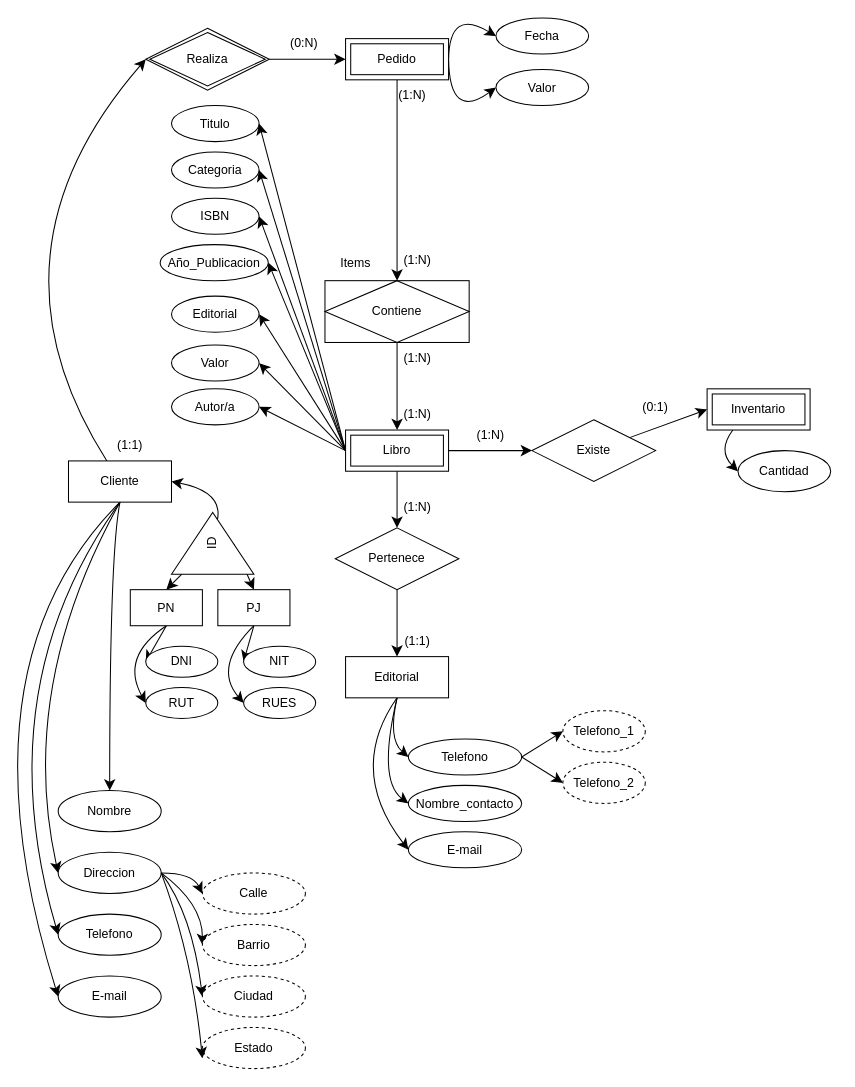
Earlier version of the draw.io diagram Entidad-Relacion.drawio (LejImkoaj/modelado-bases-de-datos). Source tidied: cells renumbered, new cells numbered last; positions are measured from the earlier drawing's top-left corner, leaving out a move shared by most shapes. Both pictures are drawn from the tidied source at 103%, with x=0, y=0 at pixel (-45, 7).
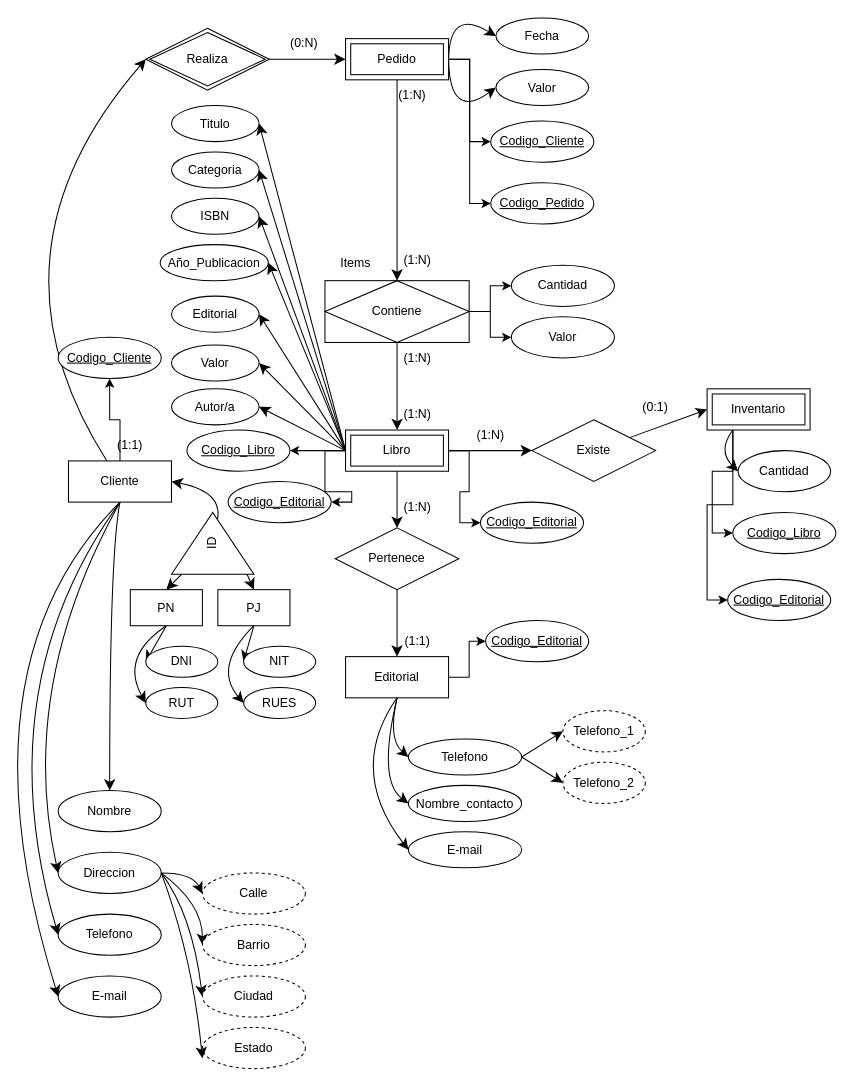
The same page after the edit.

The change refers to these unchanged cells:
```xml
<mxCell id="7" value="Cliente" style="whiteSpace=wrap;html=1;align=center;" parent="1" vertex="1">
  <mxGeometry x="110" y="440" width="100" height="40" as="geometry" />
</mxCell>
<mxCell id="11" value="Pedido" style="shape=ext;margin=3;double=1;whiteSpace=wrap;html=1;align=center;" parent="1" vertex="1">
  <mxGeometry x="379" y="30" width="100" height="40" as="geometry" />
</mxCell>
<mxCell id="15" value="Editorial" style="whiteSpace=wrap;html=1;align=center;" parent="1" vertex="1">
  <mxGeometry x="379" y="630" width="100" height="40" as="geometry" />
</mxCell>
<mxCell id="25" value="Libro" style="shape=ext;margin=3;double=1;whiteSpace=wrap;html=1;align=center;" parent="1" vertex="1">
  <mxGeometry x="379" y="410" width="100" height="40" as="geometry" />
</mxCell>
<mxCell id="27" value="Inventario" style="shape=ext;margin=3;double=1;whiteSpace=wrap;html=1;align=center;" parent="1" vertex="1">
  <mxGeometry x="730" y="370" width="100" height="40" as="geometry" />
</mxCell>
<mxCell id="42" value="Contiene" style="shape=associativeEntity;whiteSpace=wrap;html=1;align=center;" parent="1" vertex="1">
  <mxGeometry x="359" y="265" width="140" height="60" as="geometry" />
</mxCell>
```

The edit, as a diff of the source:
```diff
@@
+    <mxCell id="91" style="edgeStyle=orthogonalEdgeStyle;rounded=0;jettySize=auto;html=1;exitX=0.5;exitY=0;exitDx=0;exitDy=0;entryX=0.5;entryY=1;entryDx=0;entryDy=0;" parent="1" edge="1" source="7" target="102">
+      <mxGeometry relative="1" as="geometry" />
+    </mxCell>
@@
+    <mxCell id="92" style="edgeStyle=orthogonalEdgeStyle;rounded=0;jettySize=auto;html=1;exitX=1;exitY=0.5;exitDx=0;exitDy=0;entryX=0;entryY=0.5;entryDx=0;entryDy=0;" parent="1" edge="1" source="11" target="104">
+      <mxGeometry relative="1" as="geometry" />
+    </mxCell>
+    <mxCell id="93" style="edgeStyle=orthogonalEdgeStyle;rounded=0;jettySize=auto;html=1;exitX=1;exitY=0.5;exitDx=0;exitDy=0;entryX=0;entryY=0.5;entryDx=0;entryDy=0;" parent="1" edge="1" source="11" target="107">
+      <mxGeometry relative="1" as="geometry" />
+    </mxCell>
@@
+    <mxCell id="94" style="edgeStyle=orthogonalEdgeStyle;rounded=0;jettySize=auto;html=1;exitX=1;exitY=0.5;exitDx=0;exitDy=0;entryX=0;entryY=0.5;entryDx=0;entryDy=0;" parent="1" edge="1" source="15" target="103">
+      <mxGeometry relative="1" as="geometry" />
+    </mxCell>
@@
+    <mxCell id="95" style="edgeStyle=orthogonalEdgeStyle;rounded=0;jettySize=auto;html=1;exitX=1;exitY=0.5;exitDx=0;exitDy=0;entryX=0;entryY=0.5;entryDx=0;entryDy=0;" parent="1" edge="1" source="25" target="105">
+      <mxGeometry relative="1" as="geometry" />
+    </mxCell>
+    <mxCell id="96" style="edgeStyle=orthogonalEdgeStyle;rounded=0;jettySize=auto;html=1;exitX=0;exitY=0.5;exitDx=0;exitDy=0;entryX=1;entryY=0.5;entryDx=0;entryDy=0;" parent="1" edge="1" source="25" target="110">
+      <mxGeometry relative="1" as="geometry" />
+    </mxCell>
+    <mxCell id="97" style="edgeStyle=orthogonalEdgeStyle;rounded=0;jettySize=auto;html=1;exitX=0;exitY=0.5;exitDx=0;exitDy=0;entryX=1;entryY=0.5;entryDx=0;entryDy=0;" parent="1" edge="1" source="25" target="111">
+      <mxGeometry relative="1" as="geometry" />
+    </mxCell>
@@
+    <mxCell id="98" style="edgeStyle=orthogonalEdgeStyle;rounded=0;jettySize=auto;html=1;exitX=0.25;exitY=1;exitDx=0;exitDy=0;entryX=0;entryY=0.5;entryDx=0;entryDy=0;" parent="1" edge="1" source="27" target="106">
+      <mxGeometry relative="1" as="geometry" />
+    </mxCell>
+    <mxCell id="99" style="edgeStyle=orthogonalEdgeStyle;rounded=0;jettySize=auto;html=1;exitX=0.25;exitY=1;exitDx=0;exitDy=0;entryX=0;entryY=0.5;entryDx=0;entryDy=0;" parent="1" edge="1" source="27" target="112">
+      <mxGeometry relative="1" as="geometry" />
+    </mxCell>
@@
+    <mxCell id="100" style="edgeStyle=orthogonalEdgeStyle;rounded=0;jettySize=auto;html=1;exitX=1;exitY=0.5;exitDx=0;exitDy=0;entryX=0;entryY=0.5;entryDx=0;entryDy=0;" parent="1" edge="1" source="42" target="108">
+      <mxGeometry relative="1" as="geometry" />
+    </mxCell>
+    <mxCell id="101" style="edgeStyle=orthogonalEdgeStyle;rounded=0;jettySize=auto;html=1;exitX=1;exitY=0.5;exitDx=0;exitDy=0;entryX=0;entryY=0.5;entryDx=0;entryDy=0;" parent="1" edge="1" source="42" target="109">
+      <mxGeometry relative="1" as="geometry" />
+    </mxCell>
@@
+    <mxCell id="102" value="Codigo_Cliente" style="ellipse;whiteSpace=wrap;html=1;align=center;fontStyle=4;" parent="1" vertex="1">
+      <mxGeometry x="100" y="320" width="100" height="40" as="geometry" />
+    </mxCell>
+    <mxCell id="103" value="Codigo_Editorial" style="ellipse;whiteSpace=wrap;html=1;align=center;fontStyle=4;" parent="1" vertex="1">
+      <mxGeometry x="515" y="595" width="100" height="40" as="geometry" />
+    </mxCell>
+    <mxCell id="104" value="Codigo_Cliente" style="ellipse;whiteSpace=wrap;html=1;align=center;fontStyle=4;" parent="1" vertex="1">
+      <mxGeometry x="520" y="110" width="100" height="40" as="geometry" />
+    </mxCell>
+    <mxCell id="105" value="Codigo_Editorial" style="ellipse;whiteSpace=wrap;html=1;align=center;fontStyle=4;" parent="1" vertex="1">
+      <mxGeometry x="510" y="480" width="100" height="40" as="geometry" />
+    </mxCell>
+    <mxCell id="106" value="Codigo_Editorial" style="ellipse;whiteSpace=wrap;html=1;align=center;fontStyle=4;" parent="1" vertex="1">
+      <mxGeometry x="750" y="555" width="100" height="40" as="geometry" />
+    </mxCell>
+    <mxCell id="107" value="Codigo_Pedido" style="ellipse;whiteSpace=wrap;html=1;align=center;fontStyle=4;" parent="1" vertex="1">
+      <mxGeometry x="520" y="170" width="100" height="40" as="geometry" />
+    </mxCell>
+    <mxCell id="108" value="Cantidad" style="ellipse;whiteSpace=wrap;html=1;align=center;" parent="1" vertex="1">
+      <mxGeometry x="540" y="250" width="100" height="40" as="geometry" />
+    </mxCell>
+    <mxCell id="109" value="Valor" style="ellipse;whiteSpace=wrap;html=1;align=center;" parent="1" vertex="1">
+      <mxGeometry x="540" y="300" width="100" height="40" as="geometry" />
+    </mxCell>
+    <mxCell id="110" value="Codigo_Libro" style="ellipse;whiteSpace=wrap;html=1;align=center;fontStyle=4;" parent="1" vertex="1">
+      <mxGeometry x="225" y="410" width="100" height="40" as="geometry" />
+    </mxCell>
+    <mxCell id="111" value="Codigo_Editorial" style="ellipse;whiteSpace=wrap;html=1;align=center;fontStyle=4;" parent="1" vertex="1">
+      <mxGeometry x="265" y="460" width="100" height="40" as="geometry" />
+    </mxCell>
+    <mxCell id="112" value="Codigo_Libro" style="ellipse;whiteSpace=wrap;html=1;align=center;fontStyle=4;" parent="1" vertex="1">
+      <mxGeometry x="755" y="490" width="100" height="40" as="geometry" />
+    </mxCell>
```
